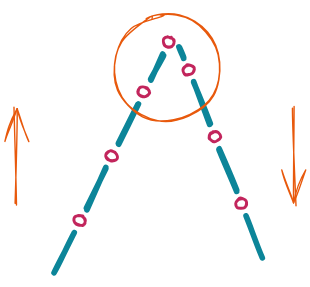
The Excalidraw diagram source/_static/common/add_t02.excalidraw.svg in Project-YXKJ/SilverStarSCS.Docs-zh-cn, before a commit. Source tidied: one line per element, renumbered; positions are measured from the earlier drawing's top-left corner, leaving out a move shared by most shapes.
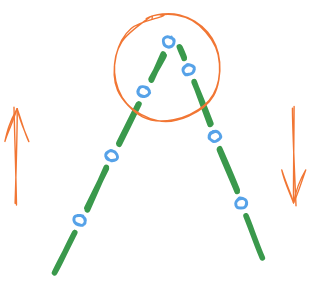
Above is the later version.

Change to the diagram source:
```diff
@@ -1,18 +1,18 @@
-{"id": 0, "type": "line", "strokeColor": "#0c8599", "angle": 0.46, "strokeWidth": 4, "roughness": 1, "round": true, "x": 58, "y": 141, "width": 0, "height": 32, "points": [[0, 0], [0, -32]]}
+{"id": 0, "type": "line", "strokeColor": "#2f9e44", "angle": 0.46, "strokeWidth": 4, "roughness": 1, "round": true, "x": 58, "y": 141, "width": 0, "height": 32, "points": [[0, 0], [0, -32]]}
-{"id": 1, "type": "line", "strokeColor": "#0c8599", "angle": 0.46, "strokeWidth": 4, "roughness": 1, "x": 35, "y": 187, "width": 0, "height": 32, "points": [[0, 0], [0, -32]]}
+{"id": 1, "type": "line", "strokeColor": "#2f9e44", "angle": 0.46, "strokeWidth": 4, "roughness": 1, "x": 35, "y": 187, "width": 0, "height": 32, "points": [[0, 0], [0, -32]]}
-{"id": 2, "type": "line", "strokeColor": "#0c8599", "angle": 0.46, "strokeWidth": 4, "roughness": 1, "round": true, "x": 81, "y": 95, "width": 0, "height": 32, "points": [[0, 0], [0, -32]]}
+{"id": 2, "type": "line", "strokeColor": "#2f9e44", "angle": 0.46, "strokeWidth": 4, "roughness": 1, "round": true, "x": 81, "y": 95, "width": 0, "height": 32, "points": [[0, 0], [0, -32]]}
-{"id": 3, "type": "line", "strokeColor": "#0c8599", "angle": 0.46, "strokeWidth": 4, "roughness": 1, "round": true, "x": 101, "y": 48, "width": 0, "height": 21, "points": [[0, 0], [0, -21]]}
+{"id": 3, "type": "line", "strokeColor": "#2f9e44", "angle": 0.46, "strokeWidth": 4, "roughness": 1, "round": true, "x": 102, "y": 48, "width": 0, "height": 21, "points": [[0, 0], [0, -21]]}
+{"id": 8, "type": "line", "strokeColor": "#2f9e44", "angle": 5.91, "strokeWidth": 4, "roughness": 1, "round": true, "x": 153, "y": 127, "width": 0, "height": 32, "points": [[0, 0], [0, -32]]}
+{"id": 9, "type": "line", "strokeColor": "#2f9e44", "angle": 5.91, "strokeWidth": 4, "roughness": 1, "x": 171, "y": 175, "width": 0, "height": 32, "points": [[0, 0], [0, -32]]}
+{"id": 10, "type": "line", "strokeColor": "#2f9e44", "angle": 5.91, "strokeWidth": 4, "roughness": 1, "round": true, "x": 134, "y": 80, "width": 0, "height": 32, "points": [[0, 0], [0, -32]]}
+{"id": 11, "type": "line", "strokeColor": "#2f9e44", "angle": 5.91, "strokeWidth": 4, "roughness": 1, "round": true, "x": 119, "y": 32, "width": 0, "height": 8, "points": [[0, 0], [0, -8]]}
-{"id": 4, "type": "ellipse", "strokeColor": "#c2255c", "angle": 0.46, "strokeWidth": 2, "roughness": 1, "round": true, "x": 42, "y": 144, "width": 8, "height": 7}
+{"id": 4, "type": "ellipse", "strokeColor": "#1971c2", "angle": 0.46, "strokeWidth": 2, "roughness": 1, "round": true, "x": 42, "y": 144, "width": 8, "height": 7}
-{"id": 5, "type": "ellipse", "strokeColor": "#c2255c", "angle": 0.46, "strokeWidth": 2, "roughness": 1, "round": true, "x": 65, "y": 98, "width": 8, "height": 7}
+{"id": 5, "type": "ellipse", "strokeColor": "#1971c2", "angle": 0.46, "strokeWidth": 2, "roughness": 1, "round": true, "x": 65, "y": 98, "width": 8, "height": 7}
-{"id": 6, "type": "ellipse", "strokeColor": "#c2255c", "angle": 0.46, "strokeWidth": 2, "roughness": 1, "round": true, "x": 88, "y": 52, "width": 8, "height": 7}
+{"id": 6, "type": "ellipse", "strokeColor": "#1971c2", "angle": 0.46, "strokeWidth": 2, "roughness": 1, "round": true, "x": 88, "y": 52, "width": 8, "height": 7}
-{"id": 7, "type": "ellipse", "strokeColor": "#c2255c", "angle": 0.46, "strokeWidth": 2, "roughness": 1, "round": true, "x": 106, "y": 16, "width": 8, "height": 7}
+{"id": 7, "type": "ellipse", "strokeColor": "#1971c2", "angle": 0.46, "strokeWidth": 2, "roughness": 1, "round": true, "x": 106, "y": 16, "width": 8, "height": 7}
-{"id": 8, "type": "line", "strokeColor": "#0c8599", "angle": 5.91, "strokeWidth": 4, "roughness": 1, "round": true, "x": 152, "y": 127, "width": 0, "height": 32, "points": [[0, 0], [0, -32]]}
-{"id": 9, "type": "line", "strokeColor": "#0c8599", "angle": 5.91, "strokeWidth": 4, "roughness": 1, "x": 171, "y": 175, "width": 0, "height": 32, "points": [[0, 0], [0, -32]]}
-{"id": 10, "type": "line", "strokeColor": "#0c8599", "angle": 5.91, "strokeWidth": 4, "roughness": 1, "round": true, "x": 134, "y": 80, "width": 0, "height": 32, "points": [[0, 0], [0, -32]]}
-{"id": 11, "type": "line", "strokeColor": "#0c8599", "angle": 5.91, "strokeWidth": 4, "roughness": 1, "round": true, "x": 119, "y": 32, "width": 0, "height": 8, "points": [[0, 0], [0, -8]]}
-{"id": 12, "type": "ellipse", "strokeColor": "#c2255c", "angle": 5.91, "strokeWidth": 2, "roughness": 1, "round": true, "x": 157, "y": 132, "width": 8, "height": 7}
+{"id": 12, "type": "ellipse", "strokeColor": "#1971c2", "angle": 5.91, "strokeWidth": 2, "roughness": 1, "round": true, "x": 157, "y": 132, "width": 8, "height": 7}
-{"id": 13, "type": "ellipse", "strokeColor": "#c2255c", "angle": 5.91, "strokeWidth": 2, "roughness": 1, "round": true, "x": 139, "y": 84, "width": 8, "height": 7}
+{"id": 13, "type": "ellipse", "strokeColor": "#1971c2", "angle": 5.91, "strokeWidth": 2, "roughness": 1, "round": true, "x": 139, "y": 84, "width": 8, "height": 7}
-{"id": 14, "type": "ellipse", "strokeColor": "#c2255c", "angle": 5.91, "strokeWidth": 2, "roughness": 1, "round": true, "x": 120, "y": 36, "width": 8, "height": 7}
+{"id": 14, "type": "ellipse", "strokeColor": "#1971c2", "angle": 5.91, "strokeWidth": 2, "roughness": 1, "round": true, "x": 120, "y": 36, "width": 8, "height": 7}
 {"id": 15, "type": "ellipse", "strokeColor": "#e8590c", "strokeWidth": 1, "roughness": 1, "x": 71, "y": 0, "width": 76, "height": 77}
 {"id": 16, "type": "arrow", "strokeColor": "#e8590c", "strokeWidth": 1, "roughness": 1, "endArrowhead": "arrow", "round": true, "x": 0, "y": 137, "width": 0, "height": 69, "points": [[0, 0], [0, -69]]}
 {"id": 17, "type": "arrow", "strokeColor": "#e8590c", "strokeWidth": 1, "roughness": 1, "startArrowhead": "arrow", "round": true, "x": 200, "y": 136, "width": 0, "height": 69, "points": [[0, 0], [0, -69]]}
```
